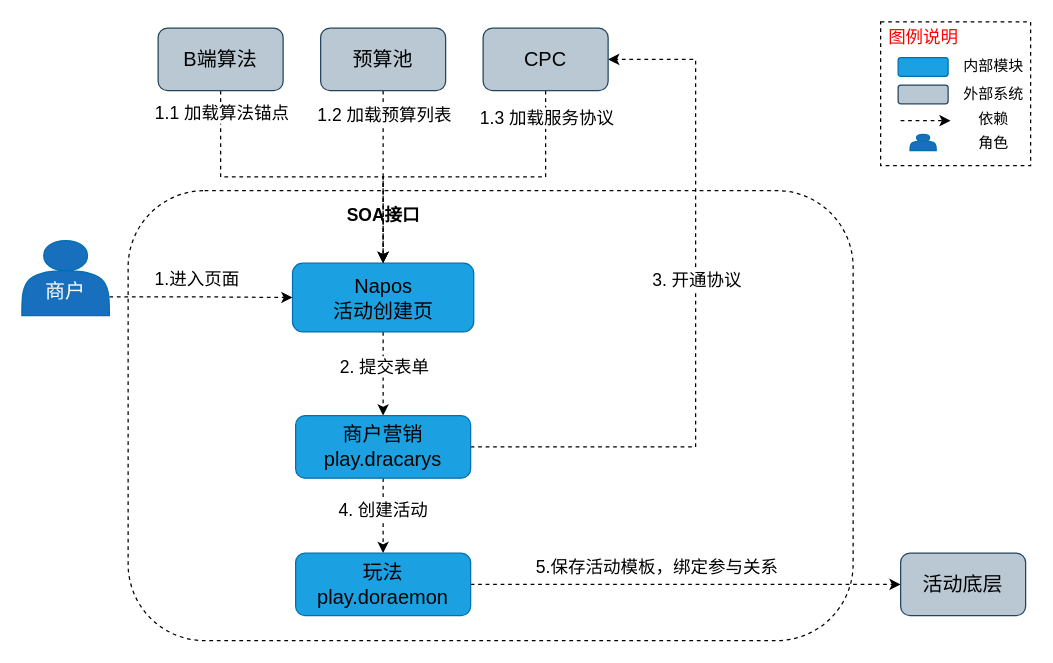
This is page "创建活动" (5 of 6) of 智能满减.drawio from jon-kong/draw.io, a draw.io file, before an edit. Source tidied: cells renumbered, new cells numbered last; positions are measured from the earlier drawing's top-left corner, leaving out a move shared by most shapes. Both pictures are drawn from the tidied source at 125%, with x=0, y=0 at pixel (21, 21).
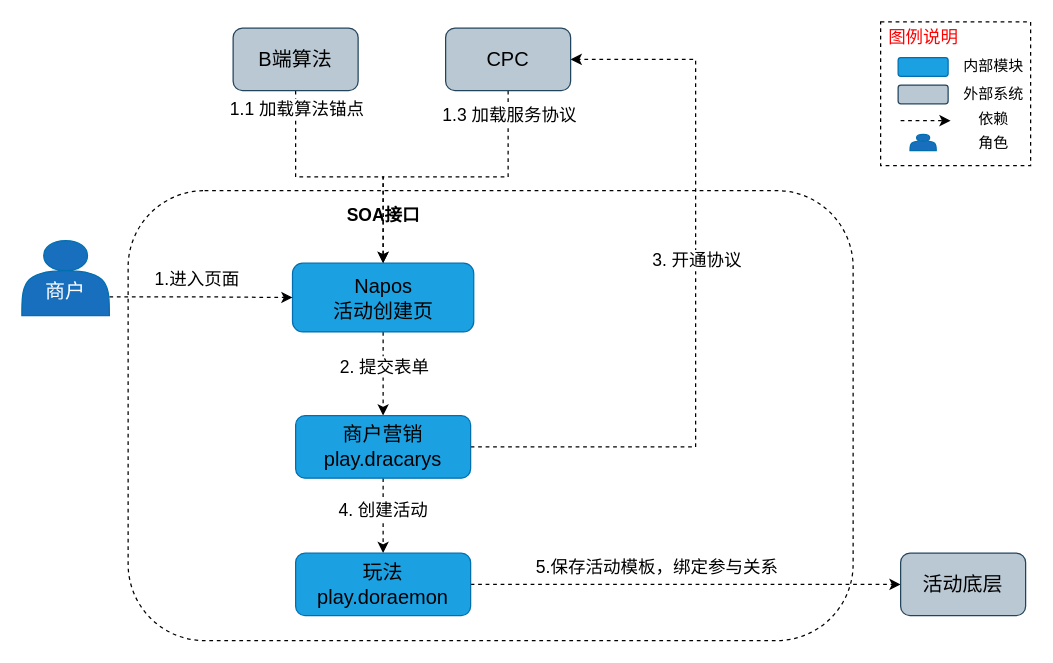
The same page after the edit.

Unchanged cells that the change refers to:
```xml
<mxCell id="7" value="Napos&lt;br&gt;活动创建页" style="rounded=1;whiteSpace=wrap;html=1;fillColor=#1ba1e2;strokeColor=#006EAF;fontColor=#000000;fontSize=16;" parent="1" vertex="1">
  <mxGeometry x="216.5" y="193" width="145" height="55" as="geometry" />
</mxCell>
<mxCell id="20" style="edgeStyle=orthogonalEdgeStyle;rounded=0;jettySize=auto;html=1;exitX=0.5;exitY=1;exitDx=0;exitDy=0;entryX=0.5;entryY=0;entryDx=0;entryDy=0;dashed=1;fontSize=14;fontColor=#000000;" parent="1" edge="1" source="22" target="7">
  <mxGeometry relative="1" as="geometry" />
</mxCell>
```

Change to the diagram source:
```diff
@@
-    <mxCell id="17" style="edgeStyle=orthogonalEdgeStyle;rounded=0;jettySize=auto;html=1;exitX=0.5;exitY=1;exitDx=0;exitDy=0;entryX=0.5;entryY=0;entryDx=0;entryDy=0;dashed=1;fontSize=14;fontColor=#000000;" parent="1" edge="1" source="19" target="7">
-      <mxGeometry relative="1" as="geometry" />
-    </mxCell>
-    <mxCell id="18" value="1.2 加载预算列表" style="text;html=1;align=center;verticalAlign=middle;labelBackgroundColor=#ffffff;fontSize=14;fontColor=#000000;" parent="17" vertex="1">
-      <mxGeometry x="-0.74" relative="1" as="geometry">
-        <mxPoint y="1" as="offset" />
-      </mxGeometry>
-    </mxCell>
-    <mxCell id="19" value="预算池" style="rounded=1;whiteSpace=wrap;html=1;fillColor=#bac8d3;strokeColor=#23445d;fontSize=16;" parent="1" vertex="1">
-      <mxGeometry x="239" y="5" width="100" height="50" as="geometry" />
-    </mxCell>
@@
     <mxCell id="21" value="1.1 加载算法锚点" style="text;html=1;align=center;verticalAlign=middle;labelBackgroundColor=#ffffff;fontSize=14;fontColor=#000000;" parent="20" vertex="1">
       <mxGeometry x="-0.61" y="-2" relative="1" as="geometry">
-        <mxPoint x="2" y="-35" as="offset" />
+        <mxPoint x="2" y="-27" as="offset" />
       </mxGeometry>
     </mxCell>
     <mxCell id="22" value="B端算法" style="rounded=1;whiteSpace=wrap;html=1;fillColor=#bac8d3;strokeColor=#23445d;fontSize=16;" parent="1" vertex="1">
-      <mxGeometry x="109" y="5" width="100" height="50" as="geometry" />
+      <mxGeometry x="169" y="5" width="100" height="50" as="geometry" />
     </mxCell>
@@
     <mxCell id="36" value="CPC" style="rounded=1;whiteSpace=wrap;html=1;fillColor=#bac8d3;strokeColor=#23445d;fontSize=16;" parent="1" vertex="1">
-      <mxGeometry x="369" y="5" width="100" height="50" as="geometry" />
+      <mxGeometry x="339" y="5" width="100" height="50" as="geometry" />
     </mxCell>
```
